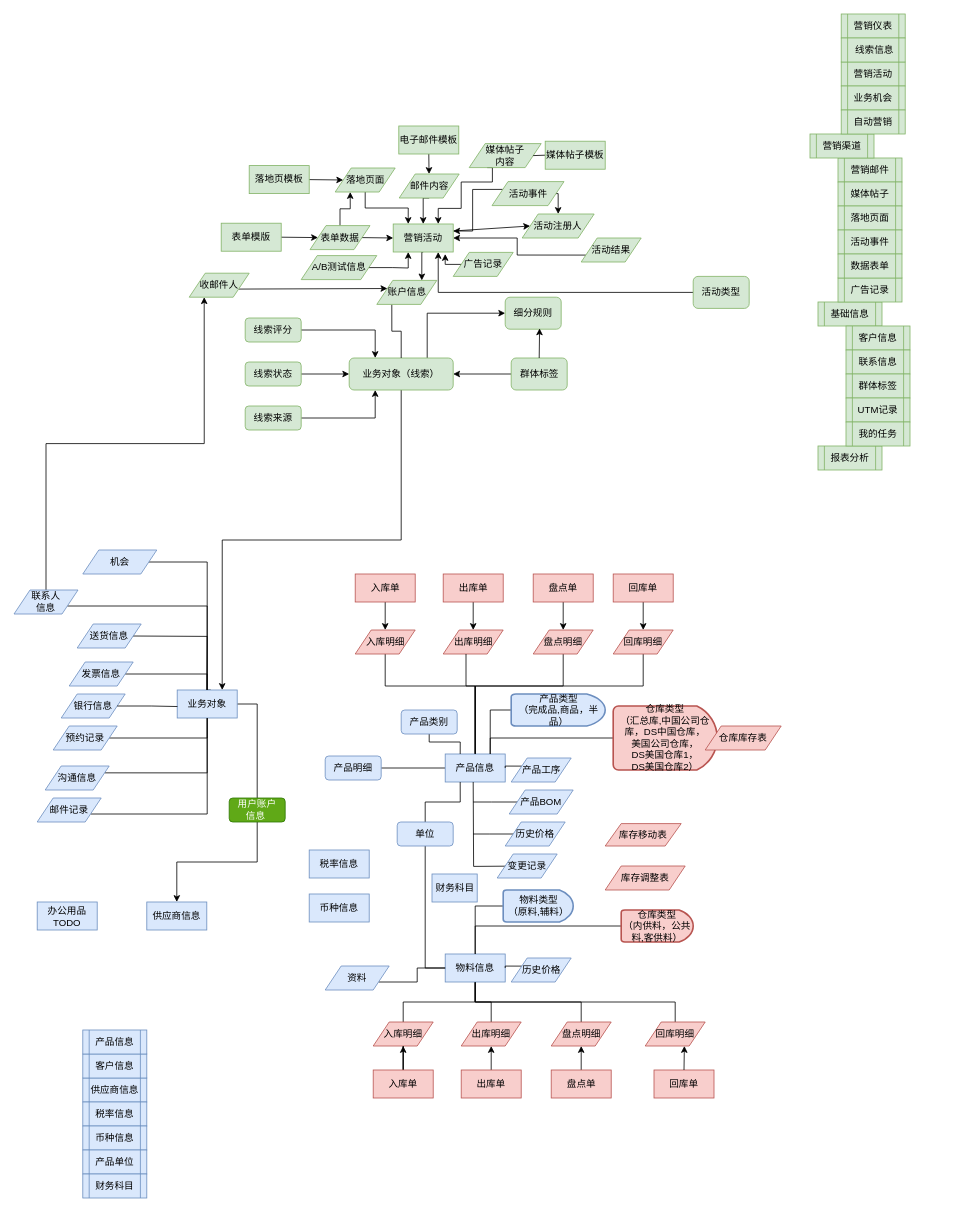
This is page "ER" (1 of 6) of ERDiagram.drawio from sbosleo/sbosmobile, a draw.io file, before an edit. Source tidied: cells renumbered, new cells numbered last; positions are measured from the earlier drawing's top-left corner, leaving out a move shared by most shapes. Both pictures are drawn from the tidied source at 80%, with x=0, y=0 at pixel (14, 14).
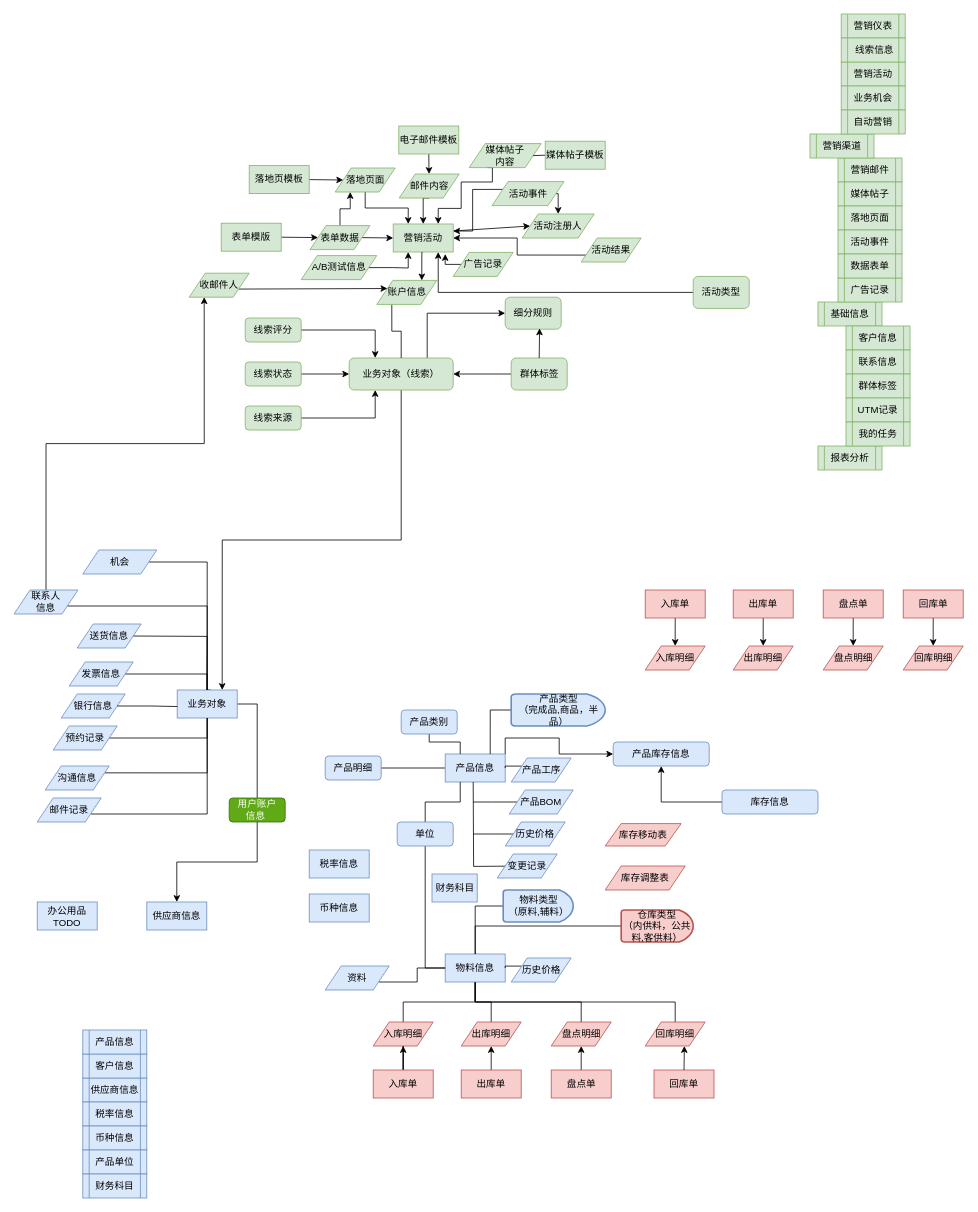
After the change.

Unchanged cells that the change refers to:
```xml
<mxCell id="5" value="产品信息" style="rounded=0;whiteSpace=wrap;html=1;fillColor=#dae8fc;strokeColor=#6c8ebf;" parent="1" vertex="1">
  <mxGeometry x="539" y="925" width="75" height="35" as="geometry" />
</mxCell>
```

What changed in the source:
```diff
@@
-    <mxCell id="3" style="edgeStyle=orthogonalEdgeStyle;rounded=0;jettySize=auto;html=1;exitX=0.5;exitY=0;exitDx=0;exitDy=0;entryX=0.5;entryY=1;entryDx=0;entryDy=0;endArrow=none;endFill=0;" parent="1" edge="1" source="5" target="51">
-      <mxGeometry relative="1" as="geometry">
-        <Array as="points">
-          <mxPoint x="577" y="840" />
-          <mxPoint x="464" y="840" />
-        </Array>
-      </mxGeometry>
-    </mxCell>
-    <mxCell id="4" style="edgeStyle=orthogonalEdgeStyle;rounded=0;jettySize=auto;html=1;exitX=0.5;exitY=0;exitDx=0;exitDy=0;entryX=0.5;entryY=1;entryDx=0;entryDy=0;endArrow=none;endFill=0;" parent="1" edge="1" source="5" target="57">
-      <mxGeometry relative="1" as="geometry">
-        <Array as="points">
-          <mxPoint x="577" y="840" />
-          <mxPoint x="687" y="840" />
-        </Array>
-      </mxGeometry>
-    </mxCell>
+    <mxCell id="171" style="edgeStyle=orthogonalEdgeStyle;rounded=0;jettySize=auto;html=1;exitX=1;exitY=0;exitDx=0;exitDy=0;entryX=0;entryY=0.5;entryDx=0;entryDy=0;" parent="1" edge="1" source="5" target="172">
+      <mxGeometry relative="1" as="geometry" />
+    </mxCell>
@@
     <mxCell id="51" value="入库明细" style="shape=parallelogram;perimeter=parallelogramPerimeter;whiteSpace=wrap;html=1;fixedSize=1;fillColor=#f8cecc;strokeColor=#b85450;" parent="1" vertex="1">
-      <mxGeometry x="426.5" y="770" width="75" height="30" as="geometry" />
+      <mxGeometry x="789" y="790" width="75" height="30" as="geometry" />
     </mxCell>
@@
     <mxCell id="53" value="入库单" style="rounded=0;whiteSpace=wrap;html=1;fillColor=#f8cecc;strokeColor=#b85450;" parent="1" vertex="1">
-      <mxGeometry x="426.5" y="700" width="75" height="35" as="geometry" />
+      <mxGeometry x="789" y="720" width="75" height="35" as="geometry" />
     </mxCell>
     <mxCell id="54" value="出库明细" style="shape=parallelogram;perimeter=parallelogramPerimeter;whiteSpace=wrap;html=1;fixedSize=1;fillColor=#f8cecc;strokeColor=#b85450;" parent="1" vertex="1">
-      <mxGeometry x="536.5" y="770" width="75" height="30" as="geometry" />
+      <mxGeometry x="899" y="790" width="75" height="30" as="geometry" />
     </mxCell>
@@
     <mxCell id="56" value="出库单" style="rounded=0;whiteSpace=wrap;html=1;fillColor=#f8cecc;strokeColor=#b85450;" parent="1" vertex="1">
-      <mxGeometry x="536.5" y="700" width="75" height="35" as="geometry" />
+      <mxGeometry x="899" y="720" width="75" height="35" as="geometry" />
     </mxCell>
     <mxCell id="57" value="盘点明细" style="shape=parallelogram;perimeter=parallelogramPerimeter;whiteSpace=wrap;html=1;fixedSize=1;fillColor=#f8cecc;strokeColor=#b85450;" parent="1" vertex="1">
-      <mxGeometry x="649" y="770" width="75" height="30" as="geometry" />
+      <mxGeometry x="1011.5" y="790" width="75" height="30" as="geometry" />
     </mxCell>
@@
     <mxCell id="59" value="盘点单" style="rounded=0;whiteSpace=wrap;html=1;fillColor=#f8cecc;strokeColor=#b85450;" parent="1" vertex="1">
-      <mxGeometry x="649" y="700" width="75" height="35" as="geometry" />
+      <mxGeometry x="1011.5" y="720" width="75" height="35" as="geometry" />
     </mxCell>
@@
-    <mxCell id="65" style="edgeStyle=orthogonalEdgeStyle;rounded=0;jettySize=auto;html=1;exitX=0.5;exitY=0;exitDx=0;exitDy=0;entryX=0.38;entryY=1;entryDx=0;entryDy=0;entryPerimeter=0;endArrow=none;endFill=0;" parent="1" edge="1" source="5" target="54">
-      <mxGeometry relative="1" as="geometry">
-        <Array as="points">
-          <mxPoint x="577" y="840" />
-          <mxPoint x="565" y="840" />
-        </Array>
-      </mxGeometry>
-    </mxCell>
@@
-    <mxCell id="77" style="edgeStyle=orthogonalEdgeStyle;rounded=0;jettySize=auto;html=1;exitX=0.5;exitY=1;exitDx=0;exitDy=0;entryX=0.5;entryY=0;entryDx=0;entryDy=0;endArrow=none;endFill=0;" parent="1" edge="1" source="78" target="5">
-      <mxGeometry relative="1" as="geometry">
-        <Array as="points">
-          <mxPoint x="787" y="840" />
-          <mxPoint x="577" y="840" />
-        </Array>
-      </mxGeometry>
-    </mxCell>
     <mxCell id="78" value="回库明细" style="shape=parallelogram;perimeter=parallelogramPerimeter;whiteSpace=wrap;html=1;fixedSize=1;fillColor=#f8cecc;strokeColor=#b85450;" parent="1" vertex="1">
-      <mxGeometry x="749" y="770" width="75" height="30" as="geometry" />
+      <mxGeometry x="1111.5" y="790" width="75" height="30" as="geometry" />
     </mxCell>
@@
     <mxCell id="80" value="回库单" style="rounded=0;whiteSpace=wrap;html=1;fillColor=#f8cecc;strokeColor=#b85450;" parent="1" vertex="1">
-      <mxGeometry x="749" y="700" width="75" height="35" as="geometry" />
+      <mxGeometry x="1111.5" y="720" width="75" height="35" as="geometry" />
     </mxCell>
@@
-    <mxCell id="85" style="edgeStyle=orthogonalEdgeStyle;rounded=0;jettySize=auto;html=1;exitX=0;exitY=0.5;exitDx=0;exitDy=0;exitPerimeter=0;entryX=0.75;entryY=0;entryDx=0;entryDy=0;endArrow=none;endFill=0;" parent="1" edge="1" source="86" target="5">
-      <mxGeometry relative="1" as="geometry" />
-    </mxCell>
-    <mxCell id="86" value="仓库类型&lt;div&gt;（汇总库,中国公司仓库，DS中国仓库，&lt;/div&gt;&lt;div&gt;美国公司仓库，&lt;/div&gt;&lt;div&gt;DS美国仓库1，&lt;/div&gt;&lt;div&gt;DS美国仓库2）&lt;/div&gt;" style="strokeWidth=2;html=1;shape=mxgraph.flowchart.delay;whiteSpace=wrap;fillColor=#f8cecc;strokeColor=#b85450;" parent="1" vertex="1">
-      <mxGeometry x="749" y="865" width="130" height="80" as="geometry" />
-    </mxCell>
@@
-    <mxCell id="161" value="仓库库存表" style="shape=parallelogram;perimeter=parallelogramPerimeter;whiteSpace=wrap;html=1;fixedSize=1;fillColor=#f8cecc;strokeColor=#b85450;" parent="1" vertex="1">
-      <mxGeometry x="864" y="890" width="95" height="30" as="geometry" />
-    </mxCell>
@@
+    <mxCell id="172" value="产品库存信息" style="rounded=1;whiteSpace=wrap;html=1;fillColor=#dae8fc;strokeColor=#6c8ebf;" parent="1" vertex="1">
+      <mxGeometry x="749" y="910" width="120" height="30" as="geometry" />
+    </mxCell>
+    <mxCell id="173" style="edgeStyle=orthogonalEdgeStyle;rounded=0;jettySize=auto;html=1;exitX=0;exitY=0.5;exitDx=0;exitDy=0;entryX=0.5;entryY=1;entryDx=0;entryDy=0;" parent="1" edge="1" source="174" target="172">
+      <mxGeometry relative="1" as="geometry" />
+    </mxCell>
+    <mxCell id="174" value="库存信息" style="rounded=1;whiteSpace=wrap;html=1;fillColor=#dae8fc;strokeColor=#6c8ebf;" parent="1" vertex="1">
+      <mxGeometry x="885" y="970" width="120" height="30" as="geometry" />
+    </mxCell>
```
